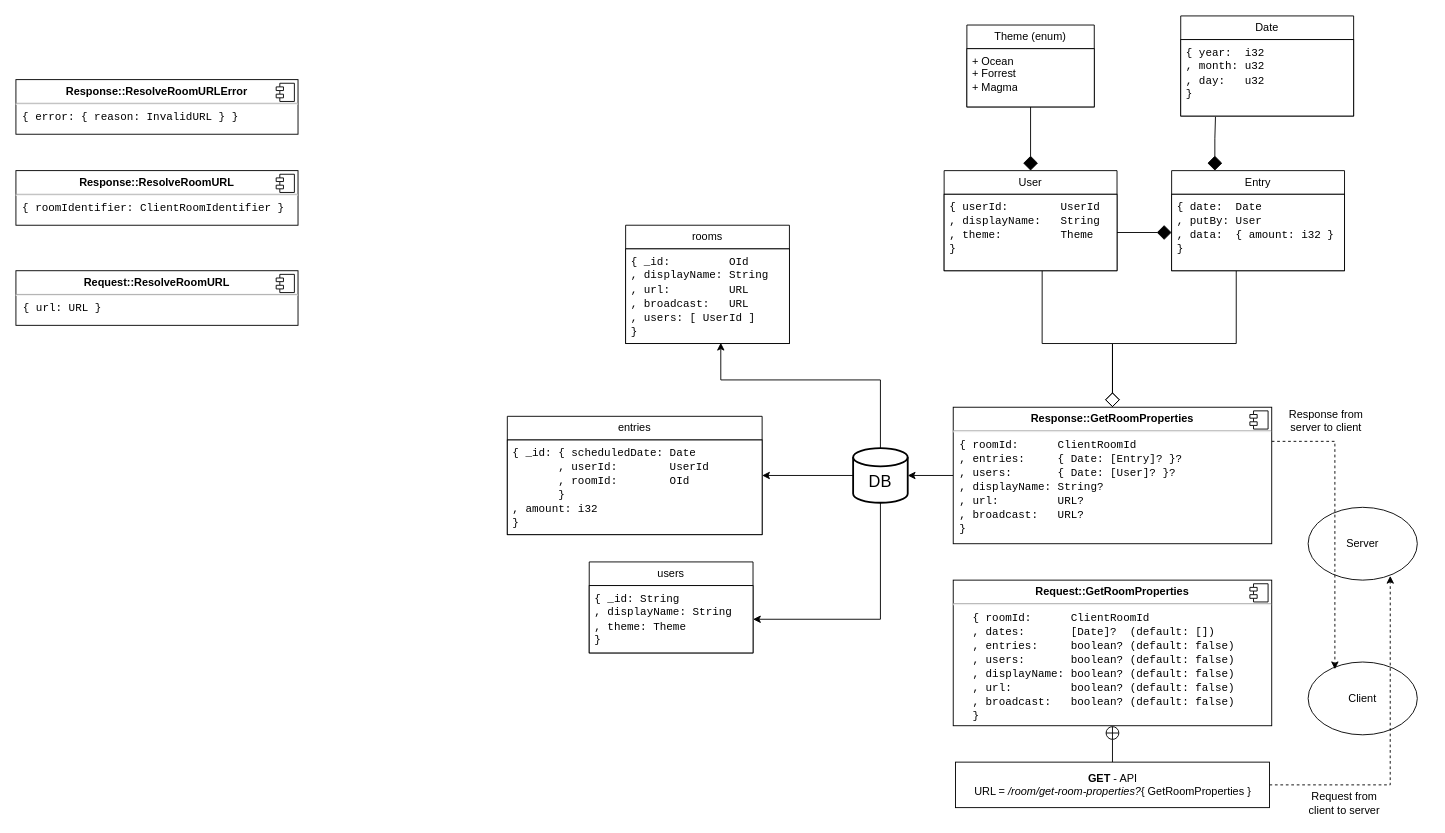
This is room-protocol.drawio from felixnaredi/situps.space, a draw.io file, before an edit. Source tidied: cells renumbered, new cells numbered last; positions are measured from the earlier drawing's top-left corner, leaving out a move shared by most shapes. Both pictures are drawn from the tidied source at 91%, with x=0, y=0 at pixel (15, 15).
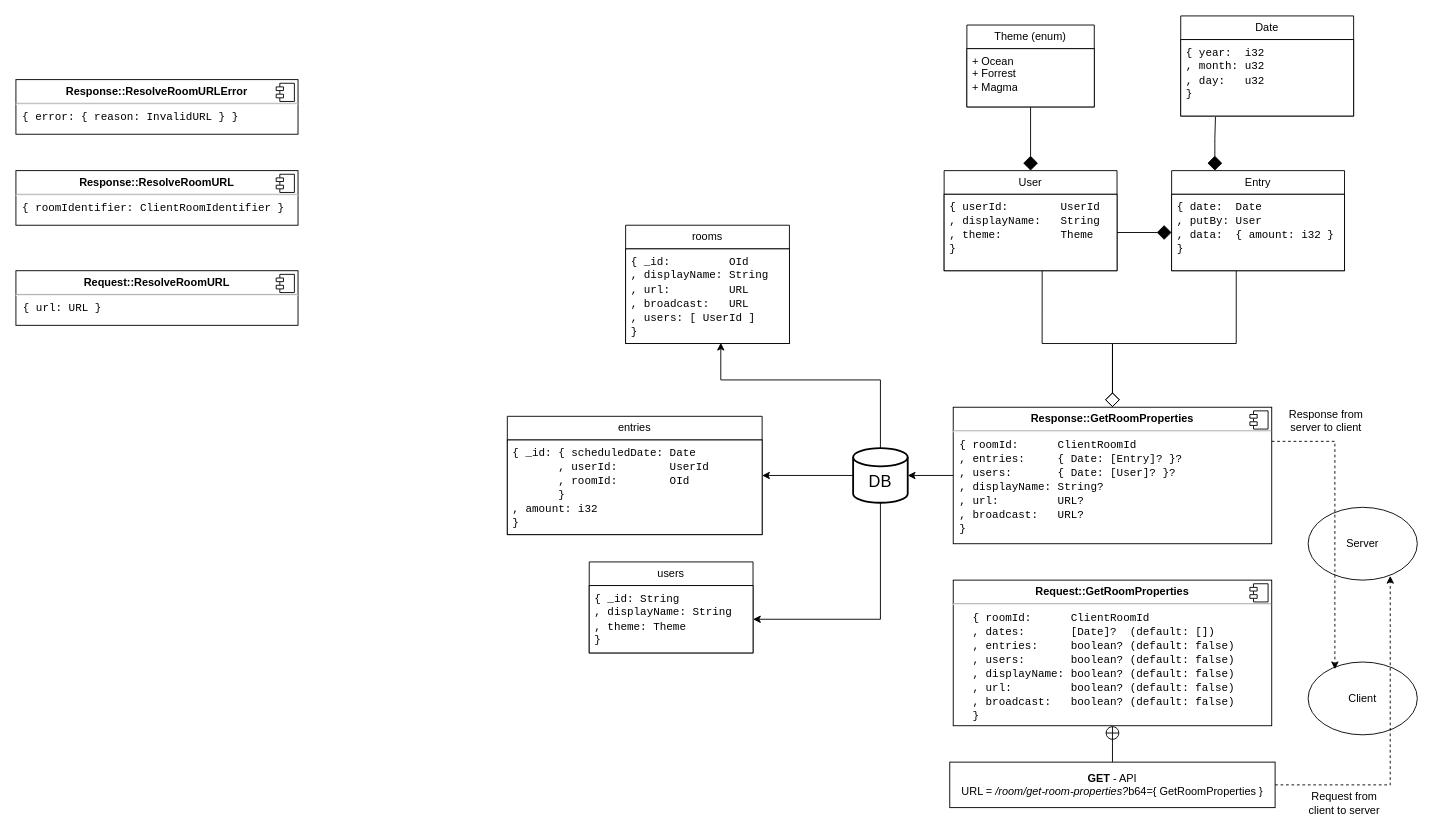
The same page after the edit.

Diff of the diagram source:
```diff
@@
-    <mxCell id="22" value="&lt;div&gt;&lt;b&gt;GET &lt;/b&gt;- API&lt;b&gt;&lt;br&gt;&lt;/b&gt;&lt;/div&gt;&lt;div&gt;URL = &lt;i&gt;/room/get-room-properties?&lt;/i&gt;{ GetRoomProperties }&lt;br&gt;&lt;/div&gt;" style="html=1;whiteSpace=wrap;" parent="1" vertex="1">
-      <mxGeometry x="1032.5" y="820" width="345" height="50" as="geometry" />
+    <mxCell id="22" value="&lt;div&gt;&lt;b&gt;GET &lt;/b&gt;- API&lt;b&gt;&lt;br&gt;&lt;/b&gt;&lt;/div&gt;&lt;div&gt;URL = &lt;i&gt;/room/get-room-properties?&lt;/i&gt;b64={ GetRoomProperties }&lt;br&gt;&lt;/div&gt;" style="html=1;whiteSpace=wrap;" parent="1" vertex="1">
+      <mxGeometry x="1026.2" y="820" width="357.5" height="50" as="geometry" />
     </mxCell>
```
